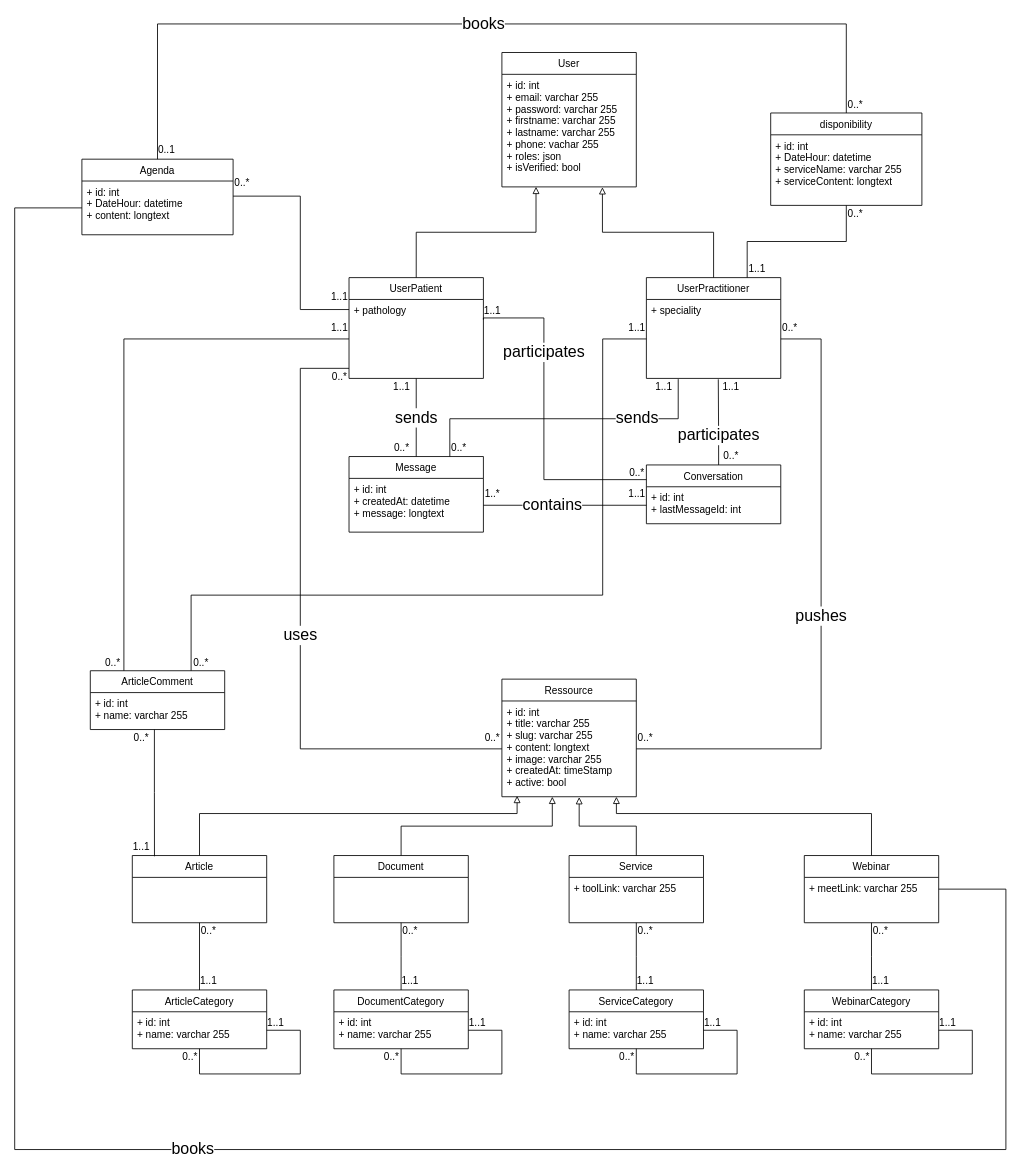
The draw.io diagram page "UML Class Diagram For Entities" (7 of 8) of docs/specs/ALMO_Diagrams.drawio in pptech-ds/Almo, before the edit. Source tidied: cells renumbered, new cells numbered last; positions are measured from the earlier drawing's top-left corner, leaving out a move shared by most shapes. Both pictures are drawn from the tidied source at 84%, with x=0, y=0 at pixel (14, 24).
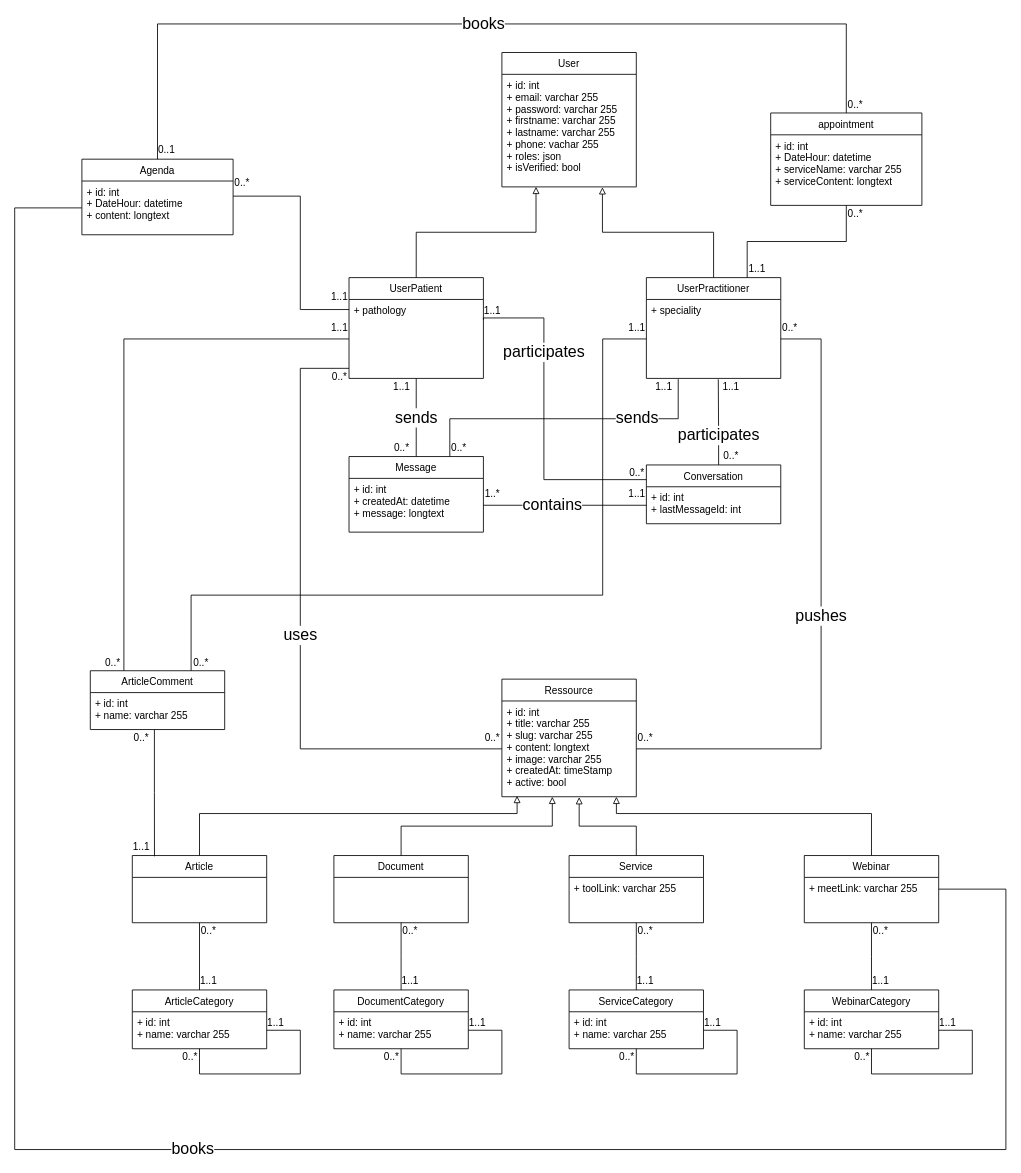
After the change.

Diff of the diagram source:
```diff
@@
-    <mxCell id="73" value="disponibility" style="swimlane;fontStyle=0;horizontal=1;startSize=26;fillColor=none;" parent="1" vertex="1">
+    <mxCell id="73" value="appointment" style="swimlane;fontStyle=0;horizontal=1;startSize=26;fillColor=none;" parent="1" vertex="1">
       <mxGeometry x="900" y="106" width="180" height="110" as="geometry" />
     </mxCell>
```
